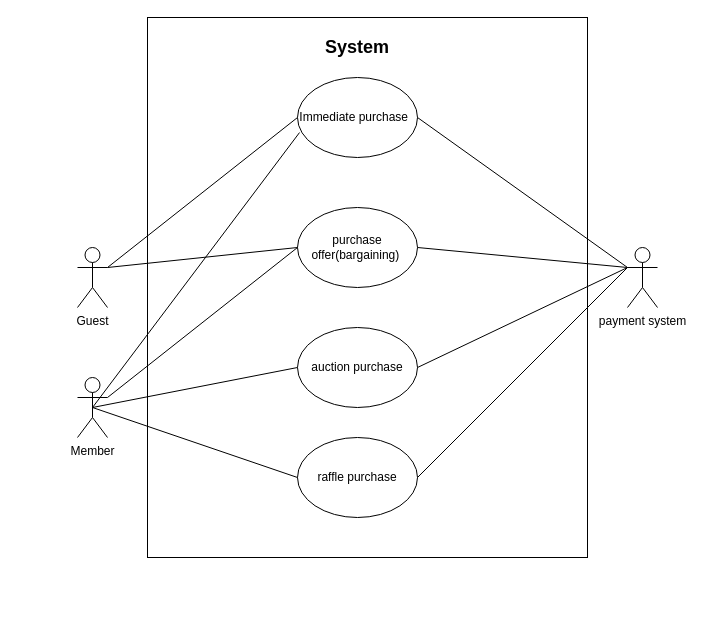
The draw.io diagram page "use case 2.9" (1 of 5) of use cases/use case 2.9.drawio in LevyIfta/Team-19B-Project, before the edit. Source tidied: cells renumbered, new cells numbered last; positions are measured from the earlier drawing's top-left corner, leaving out a move shared by most shapes. Both pictures are drawn from the tidied source at 100%, with x=0, y=0 at pixel (77, 17).
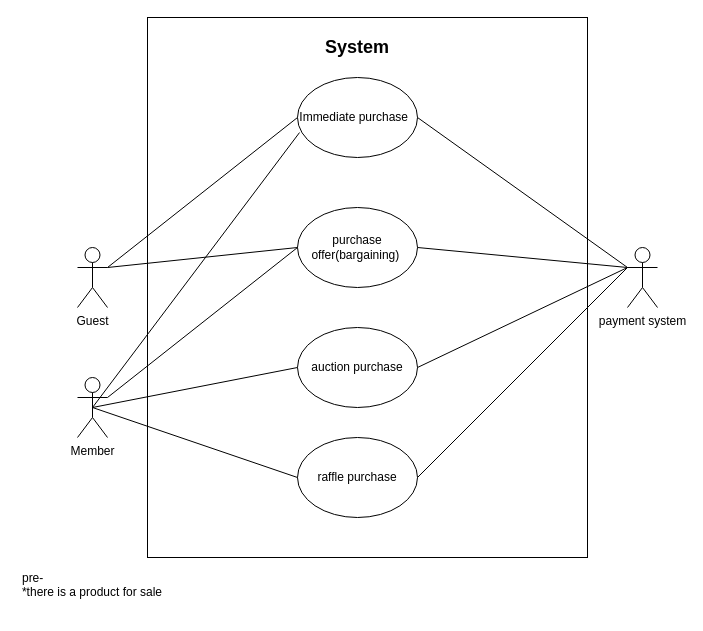
The same diagram, later.

Diff of the diagram source:
```diff
@@
+    <mxCell id="21" value="&lt;div style=&quot;text-align: left&quot;&gt;&lt;span&gt;pre-&lt;/span&gt;&lt;/div&gt;&lt;div style=&quot;text-align: left&quot;&gt;&lt;span&gt;*there is a product for sale&lt;/span&gt;&lt;/div&gt;&lt;div style=&quot;text-align: left&quot;&gt;&lt;br&gt;&lt;/div&gt;" style="text;html=1;strokeColor=none;fillColor=none;align=center;verticalAlign=middle;whiteSpace=wrap;rounded=0;" parent="1" vertex="1">
+      <mxGeometry x="-60" y="565" width="150" height="20" as="geometry" />
+    </mxCell>
```
